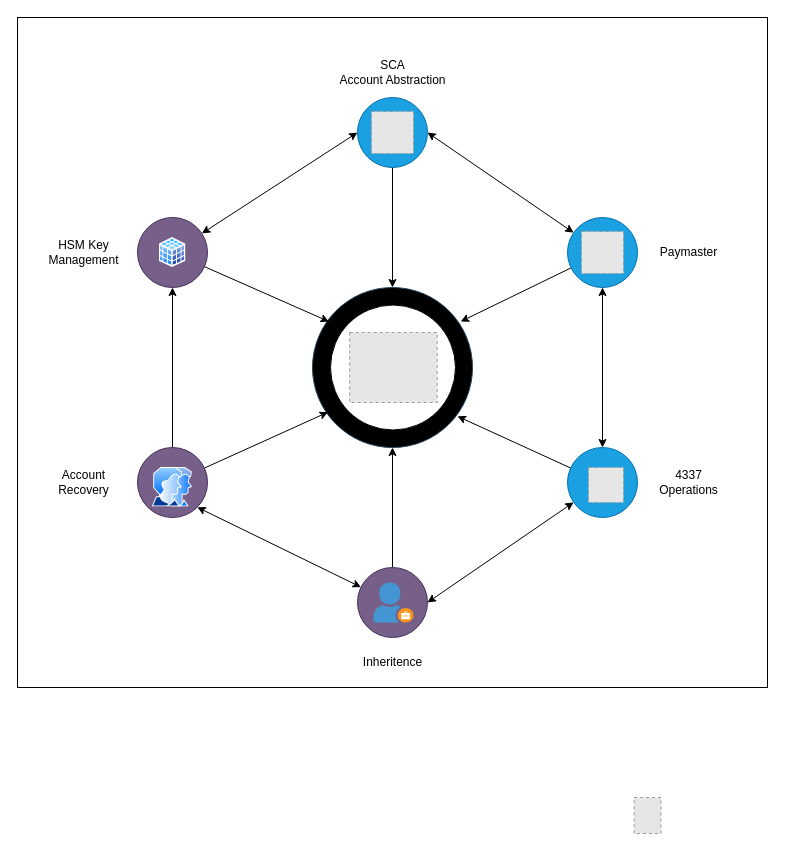
Earlier version of the draw.io diagram KresusRoundComponents.drawio (ali-05-ahmed/Concept-Diagrams). Source tidied: cells renumbered, new cells numbered last; positions are measured from the earlier drawing's top-left corner, leaving out a move shared by most shapes. Both pictures are drawn from the tidied source at 100%, with x=0, y=0 at pixel (17, 17). Pictures stored in the file or linked from it are replaced by grey dashed boxes.
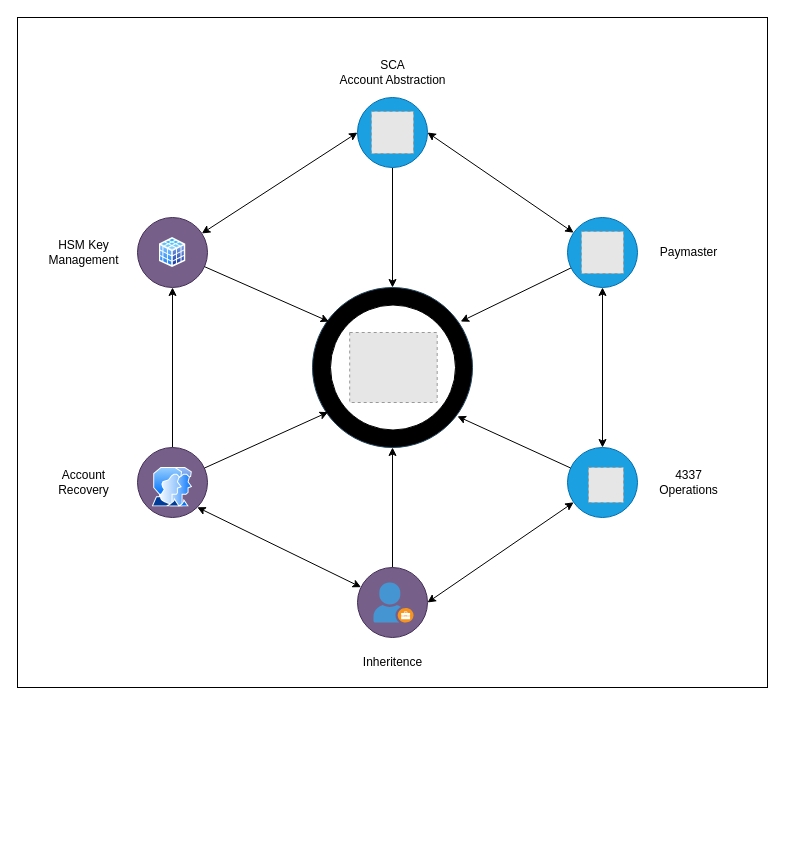
The same diagram, later.

Diff of the diagram source:
```diff
@@
-    <mxCell id="35" style="group;" parent="1" vertex="1">
-      <mxGeometry x="560" y="730" width="140" height="100" as="geometry" />
-    </mxCell>
-    <mxCell id="36" style="fillColor=#E6E6E6;strokeColor=#999999;dashed=1;verticalLabelPosition=bottom;labelBackgroundColor=default;verticalAlign=top;" parent="35" vertex="1">
-      <mxGeometry x="56.6" y="50" width="26.9" height="36" as="geometry" />
-    </mxCell>
```
